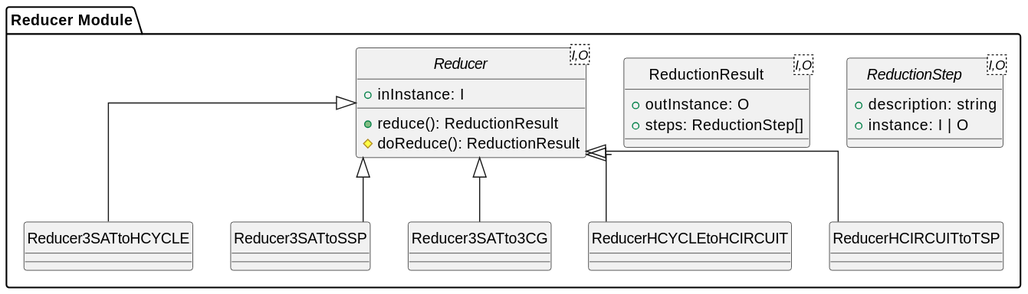
Before: paper/assets/plantuml/reduction-class-diagram.svg, a diagram exported from PlantUML (phatt-23/BP).
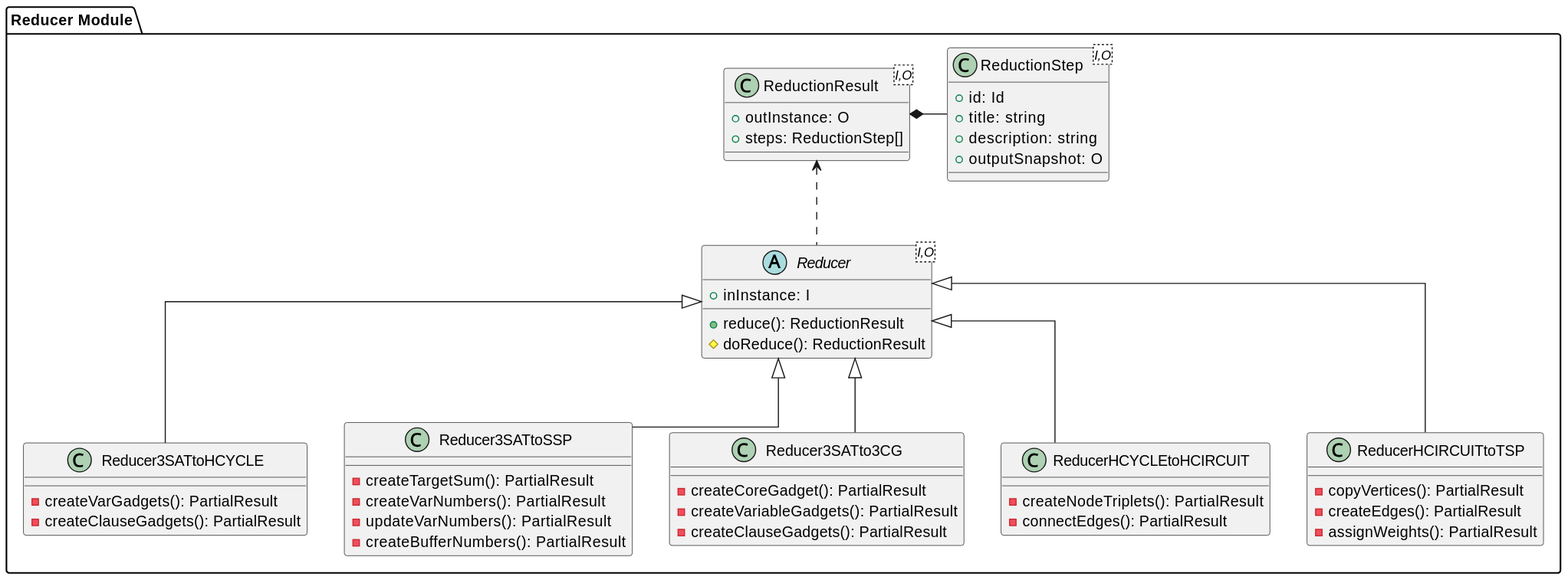
The same diagram one commit later.

The edit, as a diff of the source:
```diff
@@ -1,8 +1,20 @@
 @startuml
 skinparam linetype ortho
-hide circle
 
 package "Reducer Module" {
+
+    class ReductionResult<I,O> {
+        +outInstance: O
+        +steps: ReductionStep[]
+    }
+
+    class ReductionStep<I,O> {
+        +id: Id
+        +title: string
+        +description: string
+        +outputSnapshot: O
+    }
+
 
     abstract class Reducer<I,O> {
         +inInstance: I
@@ -10,29 +22,44 @@
         #doReduce(): ReductionResult
     }
 
-    class ReductionResult<I,O> {
-        +outInstance: O
-        +steps: ReductionStep[]
+
+    class Reducer3SATtoHCYCLE {
+        -createVarGadgets(): PartialResult
+        -createClauseGadgets(): PartialResult
     }
 
-    interface ReductionStep<I,O> {
-        +description: string
-        +instance: I | O
+    class Reducer3SATtoSSP {
+        -createTargetSum(): PartialResult
+        -createVarNumbers(): PartialResult
+        -updateVarNumbers(): PartialResult
+        -createBufferNumbers(): PartialResult
     }
 
-    class Reducer3SATtoHCYCLE extends Reducer {
+    class Reducer3SATto3CG {
+        -createCoreGadget(): PartialResult
+        -createVariableGadgets(): PartialResult
+        -createClauseGadgets(): PartialResult
     }
 
-    class Reducer3SATtoSSP extends Reducer {
+    class ReducerHCYCLEtoHCIRCUIT {
+        -createNodeTriplets(): PartialResult
+        -connectEdges(): PartialResult
     }
 
-    class Reducer3SATto3CG extends Reducer {
+    class ReducerHCIRCUITtoTSP {
+        -copyVertices(): PartialResult
+        -createEdges(): PartialResult
+        -assignWeights(): PartialResult
     }
 
-    class ReducerHCYCLEtoHCIRCUIT extends Reducer {
-    }
+    Reducer .up.> ReductionResult
+    ReductionResult *-right- ReductionStep
 
-    class ReducerHCIRCUITtoTSP extends Reducer {
-    }
+    Reducer3SATtoHCYCLE -up-|> Reducer
+    Reducer3SATtoSSP -up-|> Reducer
+    Reducer3SATto3CG -up-|> Reducer
+    ReducerHCYCLEtoHCIRCUIT -up-|> Reducer
+    ReducerHCIRCUITtoTSP -up-|> Reducer
+
 }
 @enduml
```
